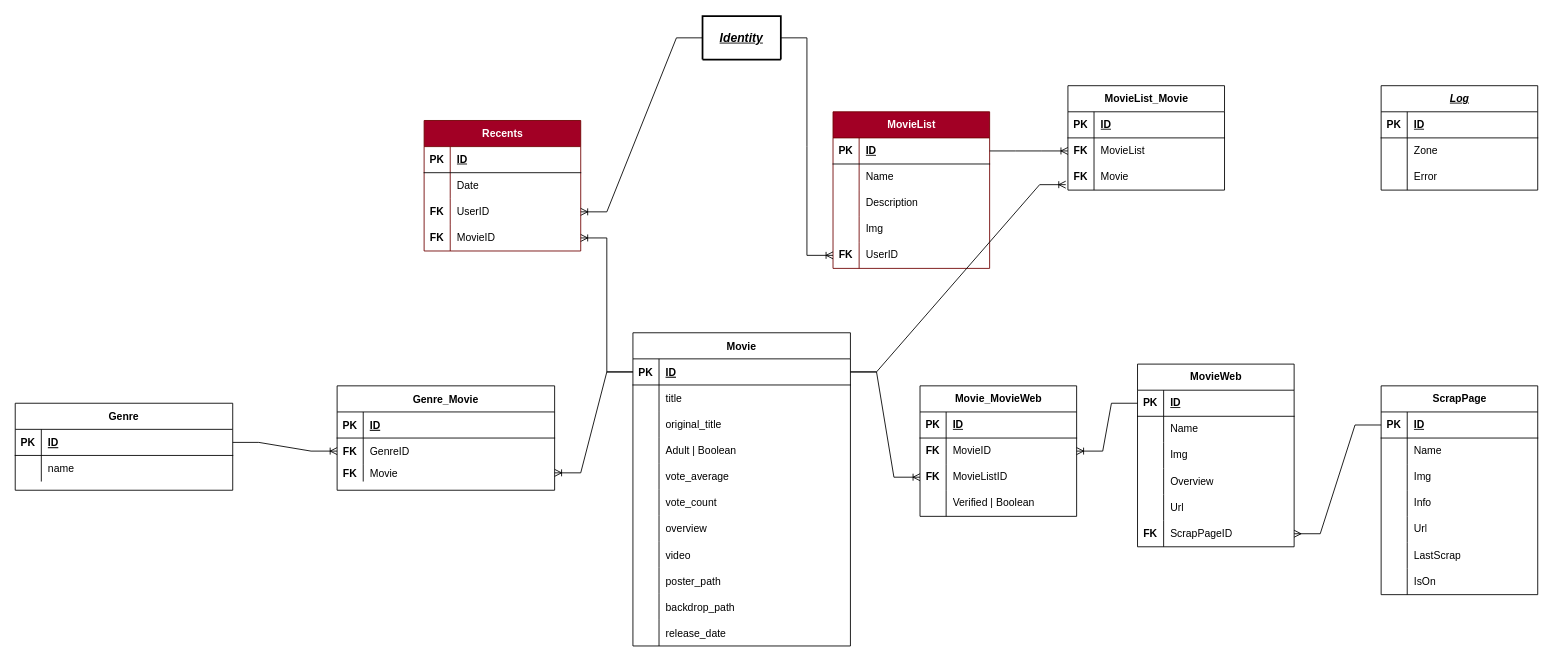
AbreuHD/KuhakuAPI keeps this draw.io diagram as DatabaseDiagram.drawio. Above is the earlier version. Source tidied: cells renumbered, new cells numbered last; positions are measured from the earlier drawing's top-left corner, leaving out a move shared by most shapes. Both pictures are drawn from the tidied source at 87%, with x=0, y=0 at pixel (15, 16).
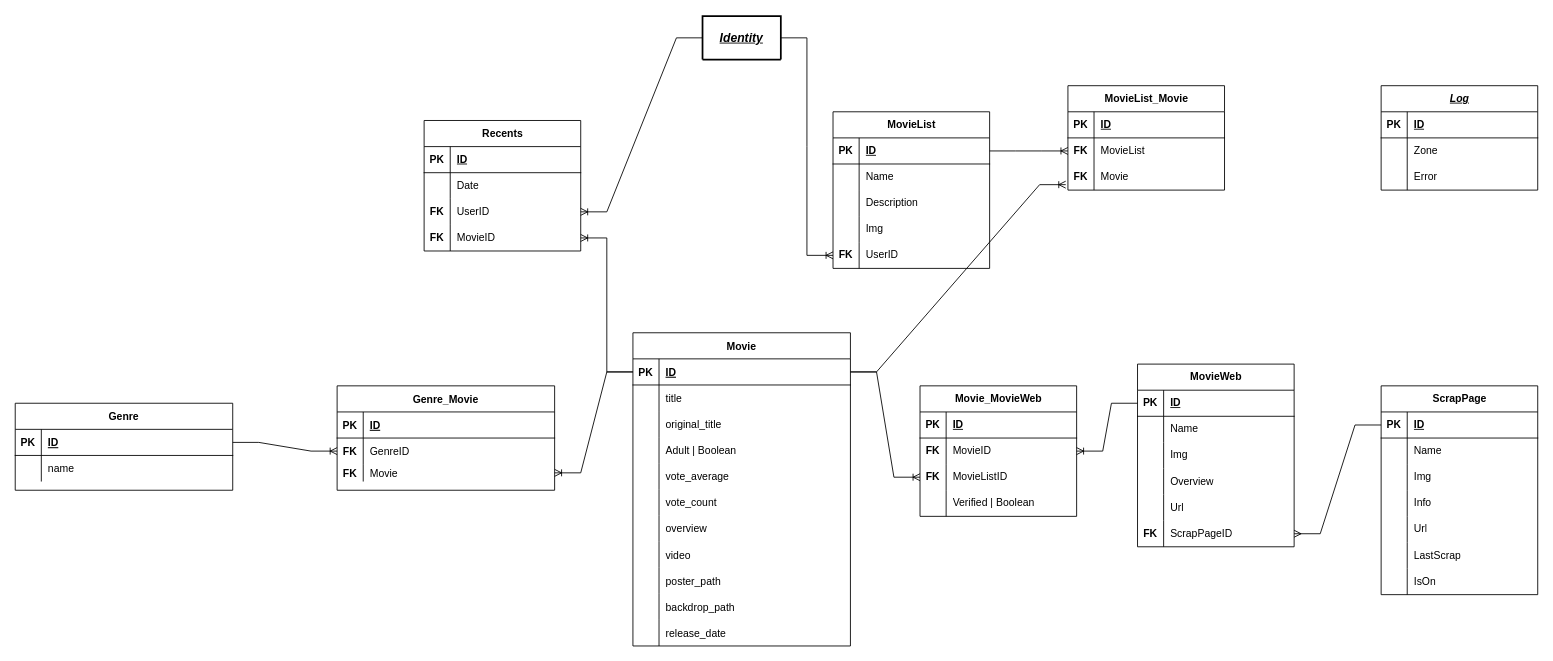
The same diagram, later.

Change to the diagram source:
```diff
@@
-    <mxCell id="124" value="MovieList" style="shape=table;startSize=30;childLayout=tableLayout;rowLines=0;fontStyle=1;align=center;html=1;fillColor=#a20025;strokeColor=#6F0000;fontColor=#ffffff;" parent="1" vertex="1">
+    <mxCell id="124" value="MovieList" style="shape=table;startSize=30;childLayout=tableLayout;rowLines=0;fontStyle=1;align=center;html=1;" parent="1" vertex="1">
       <mxGeometry x="940" y="110" width="180" height="180" as="geometry" />
     </mxCell>
@@
-    <mxCell id="153" value="Recents" style="shape=table;startSize=30;childLayout=tableLayout;rowLines=0;fontStyle=1;align=center;html=1;fillColor=#a20025;strokeColor=#6F0000;fontColor=#ffffff;" parent="1" vertex="1">
+    <mxCell id="153" value="Recents" style="shape=table;startSize=30;childLayout=tableLayout;rowLines=0;fontStyle=1;align=center;html=1;" parent="1" vertex="1">
       <mxGeometry x="470" y="120" width="180" height="150" as="geometry" />
     </mxCell>
```
